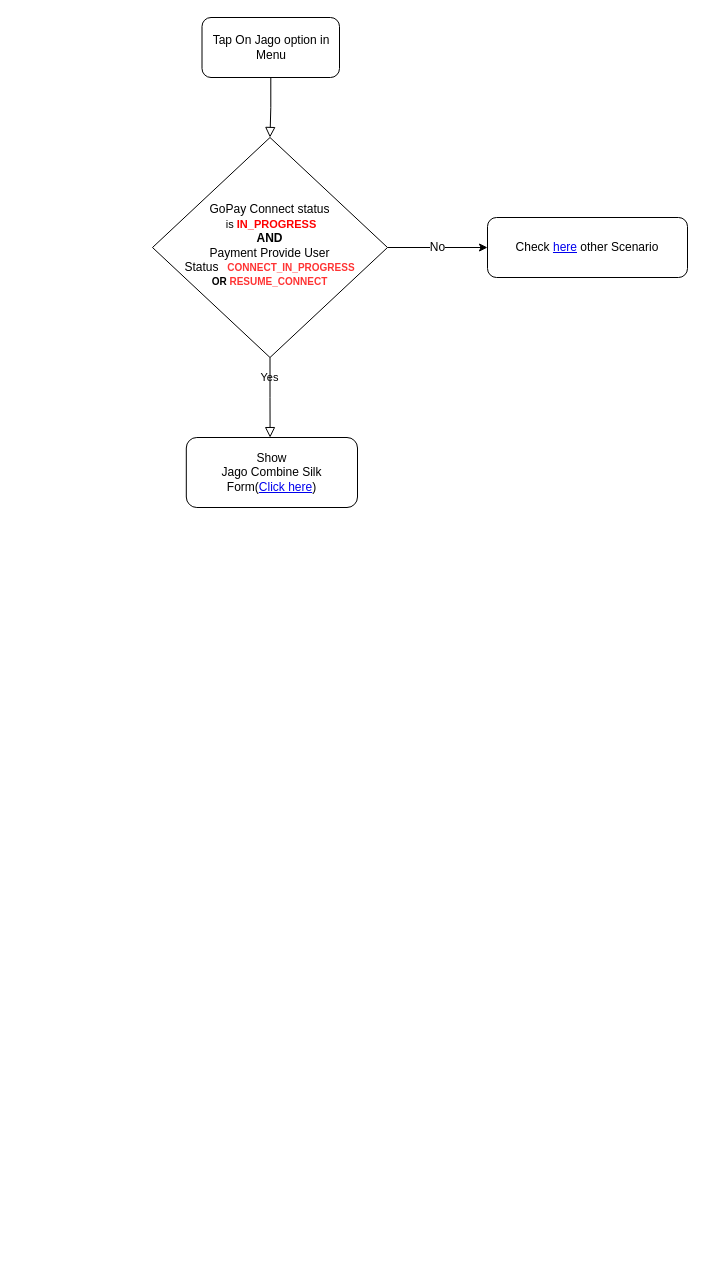
Earlier version of the draw.io diagram Jago_Combine_Silk_Form.drawio (shantaramk/Draw). Source tidied: cells renumbered, new cells numbered last; positions are measured from the earlier drawing's top-left corner, leaving out a move shared by most shapes. Both pictures are drawn from the tidied source at 100%, with x=0, y=0 at pixel (152, 17).
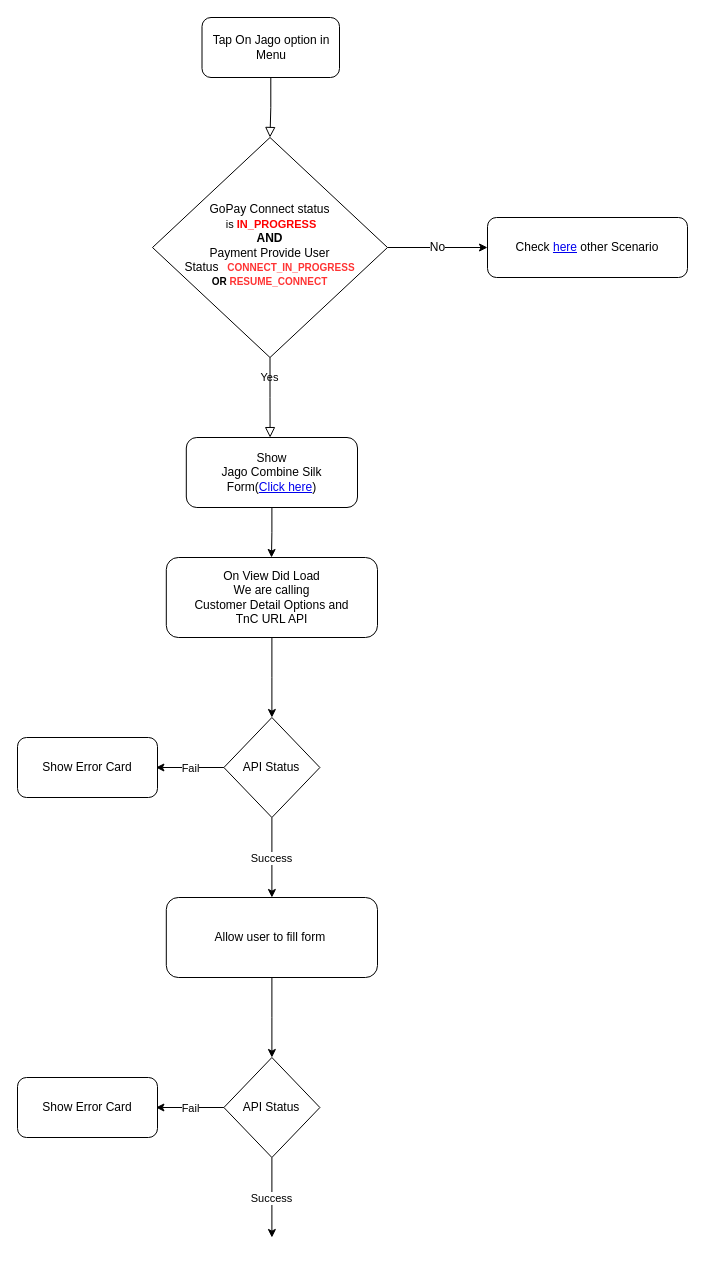
The same diagram, later.

Unchanged cells that the change refers to:
```xml
<mxCell id="7" value="Show&lt;br&gt;Jago Combine Silk&lt;br&gt;Form(&lt;a href=&quot;https://docs.google.com/spreadsheets/d/17d47ueriOxUHNy9A7b_byrmzWVaJC8xTSUaFj6JVEag/edit#gid=1393920205&amp;amp;range=5:5&quot;&gt;Click here&lt;/a&gt;)" style="rounded=1;whiteSpace=wrap;html=1;fontSize=12;glass=0;strokeWidth=1;shadow=0;" parent="1" vertex="1">
  <mxGeometry x="33.8" y="420" width="171.2" height="70" as="geometry" />
</mxCell>
```

What changed in the source:
```diff
@@
+    <mxCell id="9" style="edgeStyle=orthogonalEdgeStyle;rounded=0;jettySize=auto;html=1;exitX=0.5;exitY=1;exitDx=0;exitDy=0;" parent="1" edge="1" source="7">
+      <mxGeometry relative="1" as="geometry">
+        <mxPoint x="119" y="540" as="targetPoint" />
+      </mxGeometry>
+    </mxCell>
@@
+    <mxCell id="10" style="edgeStyle=orthogonalEdgeStyle;rounded=0;jettySize=auto;html=1;" parent="1" edge="1" source="11">
+      <mxGeometry relative="1" as="geometry">
+        <mxPoint x="119.4" y="700" as="targetPoint" />
+      </mxGeometry>
+    </mxCell>
+    <mxCell id="11" value="On View Did Load &lt;br&gt;We are calling &lt;br&gt;Customer Detail Options and &lt;br&gt;TnC URL API" style="rounded=1;whiteSpace=wrap;html=1;fontSize=12;glass=0;strokeWidth=1;shadow=0;" parent="1" vertex="1">
+      <mxGeometry x="13.8" y="540" width="211.2" height="80" as="geometry" />
+    </mxCell>
+    <mxCell id="12" value="Fail" style="edgeStyle=orthogonalEdgeStyle;rounded=0;jettySize=auto;html=1;" parent="1" edge="1" source="15">
+      <mxGeometry relative="1" as="geometry">
+        <mxPoint x="3.4" y="750" as="targetPoint" />
+      </mxGeometry>
+    </mxCell>
+    <mxCell id="13" style="edgeStyle=orthogonalEdgeStyle;rounded=0;jettySize=auto;html=1;" parent="1" edge="1" source="15">
+      <mxGeometry relative="1" as="geometry">
+        <mxPoint x="119.4" y="880" as="targetPoint" />
+      </mxGeometry>
+    </mxCell>
+    <mxCell id="14" value="Success" style="edgeLabel;html=1;align=center;verticalAlign=middle;" parent="13" vertex="1">
+      <mxGeometry x="0.05" y="-1" relative="1" as="geometry">
+        <mxPoint y="-1" as="offset" />
+      </mxGeometry>
+    </mxCell>
+    <mxCell id="15" value="API Status" style="rhombus;whiteSpace=wrap;html=1;" parent="1" vertex="1">
+      <mxGeometry x="71.4" y="700" width="96" height="100" as="geometry" />
+    </mxCell>
+    <mxCell id="16" value="Show Error Card" style="rounded=1;whiteSpace=wrap;html=1;fontSize=12;fontColor=#000000;" parent="1" vertex="1">
+      <mxGeometry x="-135" y="720" width="140" height="60" as="geometry" />
+    </mxCell>
+    <mxCell id="17" style="edgeStyle=orthogonalEdgeStyle;rounded=0;jettySize=auto;html=1;" parent="1" edge="1" source="18">
+      <mxGeometry relative="1" as="geometry">
+        <mxPoint x="119.4" y="1040" as="targetPoint" />
+      </mxGeometry>
+    </mxCell>
+    <mxCell id="18" value="Allow user to fill form&amp;nbsp;" style="rounded=1;whiteSpace=wrap;html=1;fontSize=12;glass=0;strokeWidth=1;shadow=0;" parent="1" vertex="1">
+      <mxGeometry x="13.8" y="880" width="211.2" height="80" as="geometry" />
+    </mxCell>
+    <mxCell id="19" value="Fail" style="edgeStyle=orthogonalEdgeStyle;rounded=0;jettySize=auto;html=1;" parent="1" edge="1" source="22">
+      <mxGeometry relative="1" as="geometry">
+        <mxPoint x="3.4" y="1090" as="targetPoint" />
+      </mxGeometry>
+    </mxCell>
+    <mxCell id="20" style="edgeStyle=orthogonalEdgeStyle;rounded=0;jettySize=auto;html=1;" parent="1" edge="1" source="22">
+      <mxGeometry relative="1" as="geometry">
+        <mxPoint x="119.4" y="1220" as="targetPoint" />
+      </mxGeometry>
+    </mxCell>
+    <mxCell id="21" value="Success" style="edgeLabel;html=1;align=center;verticalAlign=middle;" parent="20" vertex="1">
+      <mxGeometry x="0.05" y="-1" relative="1" as="geometry">
+        <mxPoint y="-1" as="offset" />
+      </mxGeometry>
+    </mxCell>
+    <mxCell id="22" value="API Status" style="rhombus;whiteSpace=wrap;html=1;" parent="1" vertex="1">
+      <mxGeometry x="71.4" y="1040" width="96" height="100" as="geometry" />
+    </mxCell>
+    <mxCell id="23" value="Show Error Card" style="rounded=1;whiteSpace=wrap;html=1;fontSize=12;fontColor=#000000;" parent="1" vertex="1">
+      <mxGeometry x="-135" y="1060" width="140" height="60" as="geometry" />
+    </mxCell>
```
